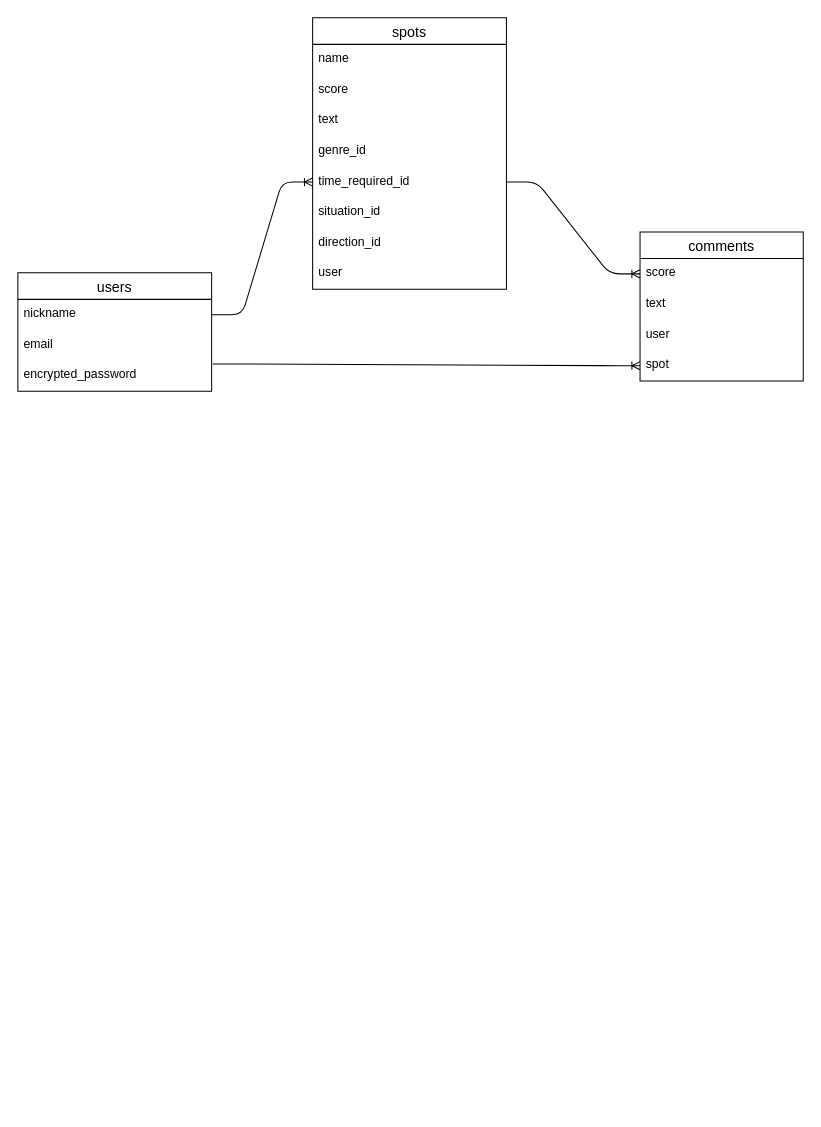
Before: hamamatu-drive-course-ER.dio in mirarukun/hamamatu-drive-course, a draw.io diagram. Source tidied: cells renumbered, new cells numbered last; positions are measured from the earlier drawing's top-left corner, leaving out a move shared by most shapes. Both pictures are drawn from the tidied source at 102%, with x=0, y=0 at pixel (17, 17).
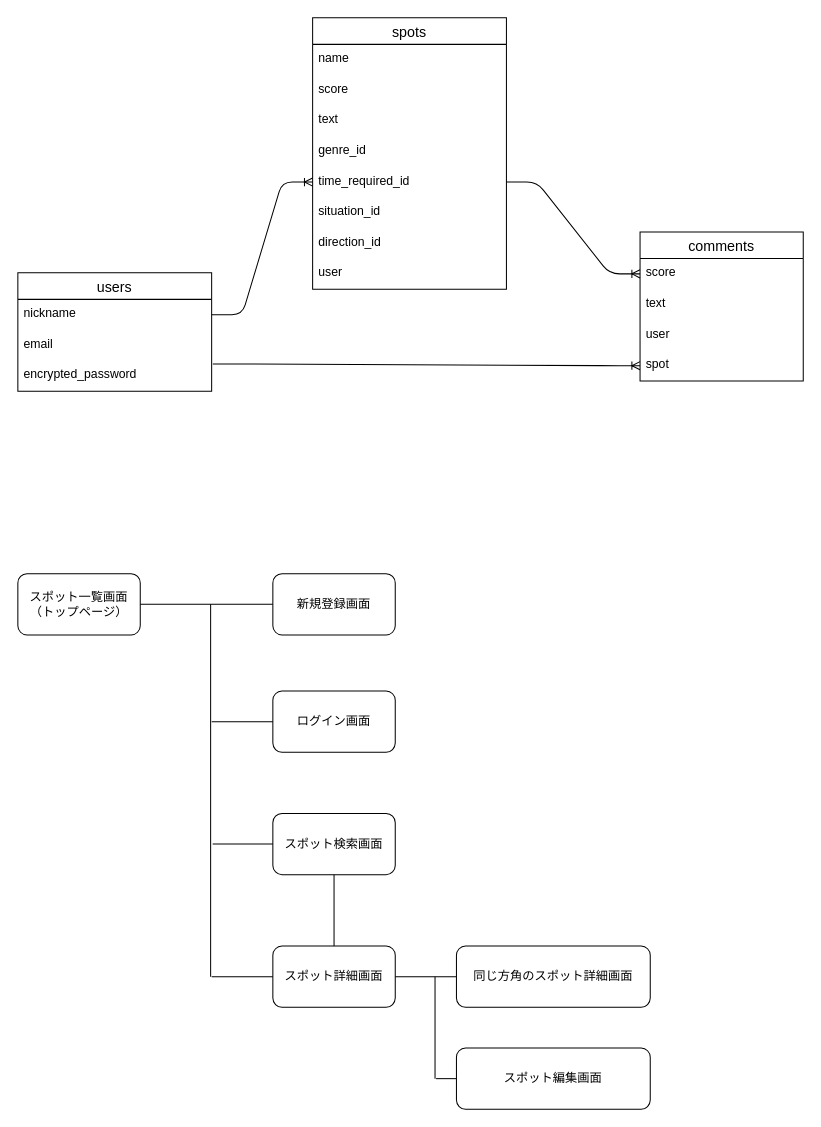
After the change.

Change to the diagram source:
```diff
@@
+    <mxCell id="23" value="スポット一覧画面&lt;br&gt;（トップページ）" style="rounded=1;whiteSpace=wrap;html=1;" parent="1" vertex="1">
+      <mxGeometry y="545" width="120" height="60" as="geometry" />
+    </mxCell>
+    <mxCell id="24" value="新規登録画面" style="rounded=1;whiteSpace=wrap;html=1;" parent="1" vertex="1">
+      <mxGeometry x="250" y="545" width="120" height="60" as="geometry" />
+    </mxCell>
+    <mxCell id="25" value="ログイン画面" style="rounded=1;whiteSpace=wrap;html=1;" parent="1" vertex="1">
+      <mxGeometry x="250" y="660" width="120" height="60" as="geometry" />
+    </mxCell>
+    <mxCell id="26" value="スポット検索画面" style="rounded=1;whiteSpace=wrap;html=1;" parent="1" vertex="1">
+      <mxGeometry x="250" y="780" width="120" height="60" as="geometry" />
+    </mxCell>
+    <mxCell id="27" value="スポット詳細画面" style="rounded=1;whiteSpace=wrap;html=1;" parent="1" vertex="1">
+      <mxGeometry x="250" y="910" width="120" height="60" as="geometry" />
+    </mxCell>
+    <mxCell id="28" style="endArrow=none;html=1;exitX=1;exitY=0.5;exitDx=0;exitDy=0;entryX=0;entryY=0.5;entryDx=0;entryDy=0;" parent="1" edge="1" source="23" target="24">
+      <mxGeometry relative="1" as="geometry" />
+    </mxCell>
+    <mxCell id="29" style="endArrow=none;html=1;" parent="1" edge="1">
+      <mxGeometry relative="1" as="geometry">
+        <mxPoint x="189" y="940" as="sourcePoint" />
+        <mxPoint x="189" y="575" as="targetPoint" />
+      </mxGeometry>
+    </mxCell>
+    <mxCell id="30" style="endArrow=none;html=1;entryX=0;entryY=0.5;entryDx=0;entryDy=0;" parent="1" edge="1" target="27">
+      <mxGeometry relative="1" as="geometry">
+        <mxPoint x="190" y="940" as="sourcePoint" />
+      </mxGeometry>
+    </mxCell>
+    <mxCell id="31" style="endArrow=none;html=1;entryX=0;entryY=0.5;entryDx=0;entryDy=0;" parent="1" edge="1" target="25">
+      <mxGeometry relative="1" as="geometry">
+        <mxPoint x="190" y="690" as="sourcePoint" />
+      </mxGeometry>
+    </mxCell>
+    <mxCell id="32" style="endArrow=none;html=1;entryX=0;entryY=0.5;entryDx=0;entryDy=0;" parent="1" edge="1" target="26">
+      <mxGeometry relative="1" as="geometry">
+        <mxPoint x="191" y="810" as="sourcePoint" />
+      </mxGeometry>
+    </mxCell>
+    <mxCell id="33" style="endArrow=none;html=1;entryX=0.5;entryY=1;entryDx=0;entryDy=0;" parent="1" edge="1" target="26">
+      <mxGeometry relative="1" as="geometry">
+        <mxPoint x="310" y="910" as="sourcePoint" />
+      </mxGeometry>
+    </mxCell>
+    <mxCell id="34" style="endArrow=none;html=1;" parent="1" edge="1" target="35">
+      <mxGeometry relative="1" as="geometry">
+        <mxPoint x="370" y="940" as="sourcePoint" />
+      </mxGeometry>
+    </mxCell>
+    <mxCell id="35" value="同じ方角のスポット詳細画面" style="rounded=1;whiteSpace=wrap;html=1;" parent="1" vertex="1">
+      <mxGeometry x="430" y="910" width="190" height="60" as="geometry" />
+    </mxCell>
+    <mxCell id="36" value="スポット編集画面" style="rounded=1;whiteSpace=wrap;html=1;" parent="1" vertex="1">
+      <mxGeometry x="430" y="1010" width="190" height="60" as="geometry" />
+    </mxCell>
+    <mxCell id="37" style="endArrow=none;html=1;" parent="1" edge="1">
+      <mxGeometry relative="1" as="geometry">
+        <mxPoint x="409" y="1040" as="sourcePoint" />
+        <mxPoint x="409" y="940" as="targetPoint" />
+      </mxGeometry>
+    </mxCell>
+    <mxCell id="38" style="endArrow=none;html=1;" parent="1" edge="1">
+      <mxGeometry relative="1" as="geometry">
+        <mxPoint x="410" y="1040" as="sourcePoint" />
+        <mxPoint x="430" y="1040" as="targetPoint" />
+      </mxGeometry>
+    </mxCell>
```
